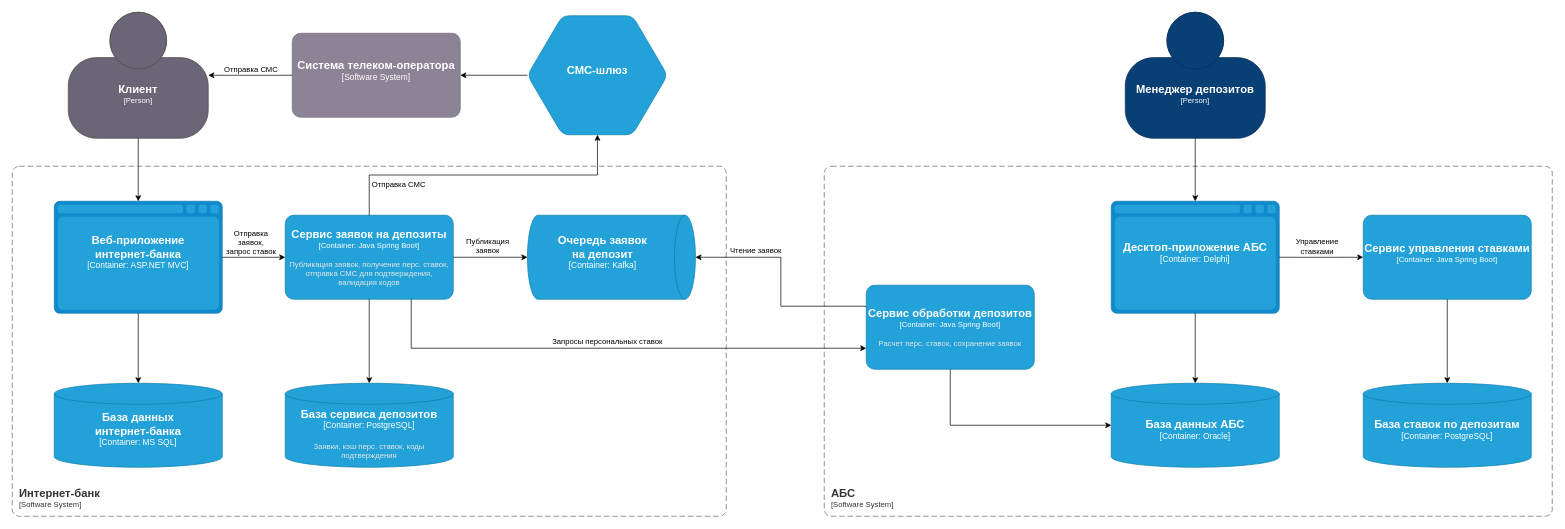
Above: page "containers-3" (4 of 6) of diagrams.drawio in kmaslov/architecture-standart (draw.io), before the change. Source tidied: cells renumbered, new cells numbered last; positions are measured from the earlier drawing's top-left corner, leaving out a move shared by most shapes. Both pictures are drawn from the tidied source at 70%, with x=0, y=0 at pixel (12, 12).
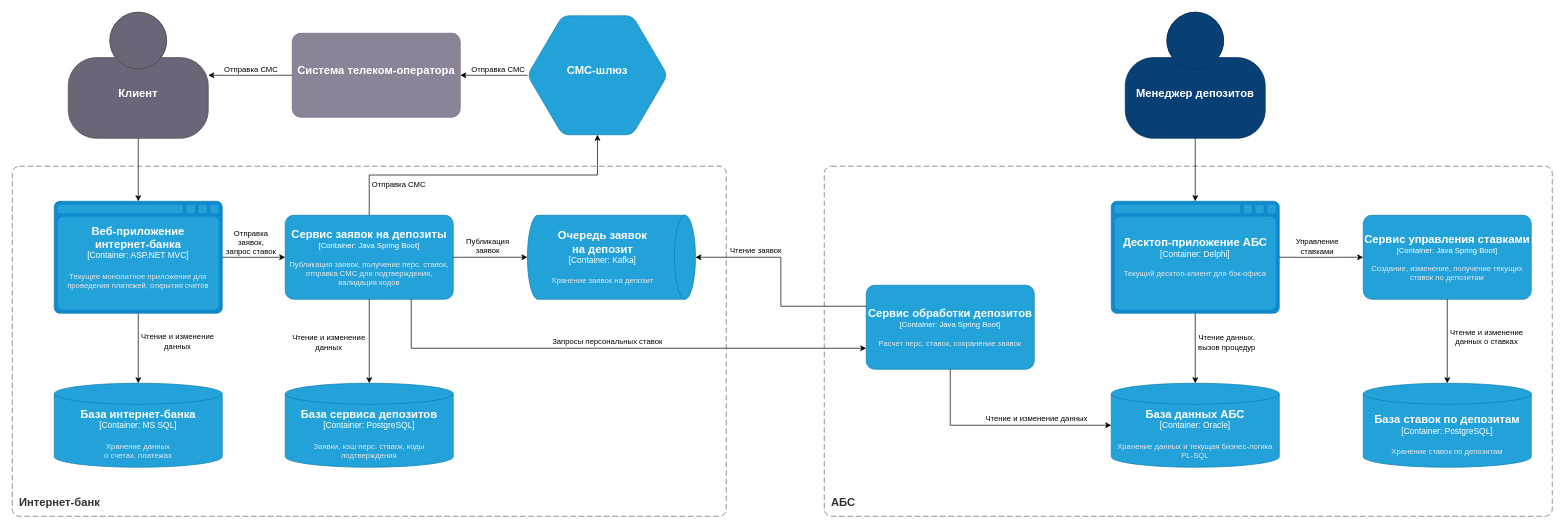
After the change.

The change refers to these unchanged cells:
```xml
<mxCell id="6" style="edgeStyle=orthogonalEdgeStyle;rounded=0;jettySize=auto;html=1;entryX=0.5;entryY=0;entryDx=0;entryDy=0;entryPerimeter=0;" parent="1" edge="1" source="2" target="4">
  <mxGeometry relative="1" as="geometry" />
</mxCell>
<mxCell id="14" style="edgeStyle=orthogonalEdgeStyle;rounded=0;jettySize=auto;html=1;entryX=0.5;entryY=0;entryDx=0;entryDy=0;entryPerimeter=0;" parent="1" edge="1" source="13" target="10">
  <mxGeometry relative="1" as="geometry" />
</mxCell>
<mxCell id="19" style="edgeStyle=orthogonalEdgeStyle;rounded=0;jettySize=auto;html=1;entryX=0;entryY=0.5;entryDx=0;entryDy=0;entryPerimeter=0;exitX=0.5;exitY=1;exitDx=0;exitDy=0;exitPerimeter=0;" parent="1" edge="1" source="9" target="10">
  <mxGeometry relative="1" as="geometry" />
</mxCell>
<mxCell id="38" style="edgeStyle=orthogonalEdgeStyle;rounded=0;jettySize=auto;html=1;exitX=0.5;exitY=1;exitDx=0;exitDy=0;exitPerimeter=0;entryX=0.5;entryY=0;entryDx=0;entryDy=0;entryPerimeter=0;" parent="1" edge="1" source="34" target="37">
  <mxGeometry relative="1" as="geometry" />
</mxCell>
<mxCell id="39" style="edgeStyle=orthogonalEdgeStyle;rounded=0;jettySize=auto;html=1;exitX=0;exitY=0.5;exitDx=0;exitDy=0;exitPerimeter=0;entryX=1;entryY=0.5;entryDx=0;entryDy=0;entryPerimeter=0;" parent="1" edge="1" source="33" target="28">
  <mxGeometry relative="1" as="geometry" />
</mxCell>
```

The edit, as a diff of the source:
```diff
@@
-    <object id="2" label="&lt;font style=&quot;font-size: 16px&quot;&gt;&lt;b&gt;%c4Name%&lt;/b&gt;&lt;/font&gt;&lt;div&gt;[%c4Type%:&amp;nbsp;%c4Technology%]&lt;/div&gt;&lt;br&gt;&lt;div&gt;&lt;font style=&quot;font-size: 11px&quot;&gt;&lt;font color=&quot;#E6E6E6&quot;&gt;%c4Description%&lt;/font&gt;&lt;/div&gt;" c4Description="" c4Name="Веб-приложение&lt;br&gt;интернет-банка" c4Technology="ASP.NET MVC" c4Type="Container" placeholders="1">
+    <object id="2" label="&lt;font style=&quot;font-size: 16px&quot;&gt;&lt;b&gt;%c4Name%&lt;/b&gt;&lt;/font&gt;&lt;div&gt;[%c4Type%:&amp;nbsp;%c4Technology%]&lt;/div&gt;&lt;br&gt;&lt;div&gt;&lt;font style=&quot;font-size: 11px&quot;&gt;&lt;font color=&quot;#E6E6E6&quot;&gt;%c4Description%&lt;/font&gt;&lt;/div&gt;" c4Description="Текущее монолитное приложение для проведения платежей, открытия счетов" c4Name="Веб-приложение&lt;br&gt;интернет-банка" c4Technology="ASP.NET MVC" c4Type="Container" placeholders="1">
       <mxCell style="shape=mxgraph.c4.webBrowserContainer2;whiteSpace=wrap;html=1;boundedLbl=1;rounded=0;labelBackgroundColor=none;strokeColor=#118ACD;fillColor=#23A2D9;strokeColor=#118ACD;strokeColor2=#0E7DAD;fontSize=12;fontColor=#ffffff;align=center;points=[[0.5,0,0],[1,0.25,0],[1,0.5,0],[1,0.75,0],[0.5,1,0],[0,0.75,0],[0,0.5,0],[0,0.25,0]];" parent="1" vertex="1">
         <mxGeometry x="60" y="270" width="240" height="160" as="geometry" />
       </mxCell>
     </object>
-    <object id="3" label="&lt;font style=&quot;font-size: 16px&quot;&gt;&lt;b&gt;%c4Name%&lt;/b&gt;&lt;/font&gt;&lt;div&gt;[%c4Type%]&lt;/div&gt;&lt;br&gt;&lt;div&gt;&lt;font style=&quot;font-size: 11px&quot;&gt;&lt;font color=&quot;#cccccc&quot;&gt;%c4Description%&lt;/font&gt;&lt;/div&gt;" c4Description="" c4Name="Клиент" c4Type="Person" placeholders="1">
+    <object id="3" label="&lt;font style=&quot;font-size: 16px&quot;&gt;&lt;b&gt;%c4Name%&lt;/b&gt;&lt;/font&gt;&lt;div&gt;&lt;/div&gt;&lt;br&gt;&lt;div&gt;&lt;font style=&quot;font-size: 11px&quot;&gt;&lt;font color=&quot;#cccccc&quot;&gt;%c4Description%&lt;/font&gt;&lt;/div&gt;" c4Description="" c4Name="Клиент" placeholders="1">
       <mxCell style="html=1;fontSize=11;dashed=0;whiteSpace=wrap;fillColor=#6C6477;strokeColor=#4D4D4D;fontColor=#ffffff;shape=mxgraph.c4.person2;align=center;points=[[0.5,0,0],[1,0.5,0],[1,0.75,0],[0.75,1,0],[0.5,1,0],[0.25,1,0],[0,0.75,0],[0,0.5,0]];" parent="1" vertex="1">
         <mxGeometry x="80" width="200" height="180" as="geometry" />
       </mxCell>
     </object>
-    <object id="4" label="&lt;font style=&quot;font-size: 16px&quot;&gt;&lt;b&gt;%c4Name%&lt;/b&gt;&lt;/font&gt;&lt;div&gt;[%c4Type%:&amp;nbsp;%c4Technology%]&lt;/div&gt;&lt;br&gt;&lt;div&gt;&lt;font style=&quot;font-size: 11px&quot;&gt;&lt;font color=&quot;#E6E6E6&quot;&gt;%c4Description%&lt;/font&gt;&lt;/div&gt;" c4Description="" c4Name="База данных&lt;br&gt;интернет-банка" c4Technology="MS SQL" c4Type="Container" placeholders="1">
+    <object id="4" label="&lt;font style=&quot;font-size: 16px&quot;&gt;&lt;b&gt;%c4Name%&lt;/b&gt;&lt;/font&gt;&lt;div&gt;[%c4Type%:&amp;nbsp;%c4Technology%]&lt;/div&gt;&lt;br&gt;&lt;div&gt;&lt;font style=&quot;font-size: 11px&quot;&gt;&lt;font color=&quot;#E6E6E6&quot;&gt;%c4Description%&lt;/font&gt;&lt;/div&gt;" c4Description="Хранение данных&lt;br&gt;о счетах, платежах" c4Name="База интернет-банка" c4Technology="MS SQL" c4Type="Container" placeholders="1">
       <mxCell style="shape=cylinder3;size=15;whiteSpace=wrap;html=1;boundedLbl=1;rounded=0;labelBackgroundColor=none;fillColor=#23A2D9;fontSize=12;fontColor=#ffffff;align=center;strokeColor=#0E7DAD;points=[[0.5,0,0],[1,0.25,0],[1,0.5,0],[1,0.75,0],[0.5,1,0],[0,0.75,0],[0,0.5,0],[0,0.25,0]];" parent="1" vertex="1">
         <mxGeometry x="60" y="530" width="240" height="120" as="geometry" />
       </mxCell>
     </object>
@@
+    <mxCell id="40" value="Чтение и изменение&lt;br&gt;данных" style="edgeLabel;html=1;align=center;verticalAlign=middle;" parent="6" vertex="1">
+      <mxGeometry x="-0.18" y="2" relative="1" as="geometry">
+        <mxPoint x="53" y="-1" as="offset" />
+      </mxGeometry>
+    </mxCell>
@@
-    <object id="8" label="&lt;font style=&quot;font-size: 16px&quot;&gt;&lt;b&gt;%c4Name%&lt;/b&gt;&lt;/font&gt;&lt;div&gt;[%c4Type%:&amp;nbsp;%c4Technology%]&lt;/div&gt;&lt;br&gt;&lt;div&gt;&lt;font style=&quot;font-size: 11px&quot;&gt;&lt;font color=&quot;#E6E6E6&quot;&gt;%c4Description%&lt;/font&gt;&lt;/div&gt;" c4Description="" c4Name="Очередь заявок&lt;br&gt;на депозит" c4Technology="Kafka" c4Type="Container" placeholders="1">
+    <object id="8" label="&lt;font style=&quot;font-size: 16px&quot;&gt;&lt;b&gt;%c4Name%&lt;/b&gt;&lt;/font&gt;&lt;div&gt;[%c4Type%:&amp;nbsp;%c4Technology%]&lt;/div&gt;&lt;br&gt;&lt;div&gt;&lt;font style=&quot;font-size: 11px&quot;&gt;&lt;font color=&quot;#E6E6E6&quot;&gt;%c4Description%&lt;/font&gt;&lt;/div&gt;" c4Description="Хранение заявок на депозит" c4Name="Очередь заявок&lt;br&gt;на депозит" c4Technology="Kafka" c4Type="Container" placeholders="1">
       <mxCell style="shape=cylinder3;size=15;direction=south;whiteSpace=wrap;html=1;boundedLbl=1;rounded=0;labelBackgroundColor=none;fillColor=#23A2D9;fontSize=12;fontColor=#ffffff;align=center;strokeColor=#0E7DAD;points=[[0.5,0,0],[1,0.25,0],[1,0.5,0],[1,0.75,0],[0.5,1,0],[0,0.75,0],[0,0.5,0],[0,0.25,0]];" parent="1" vertex="1">
         <mxGeometry x="736" y="290" width="240" height="120" as="geometry" />
       </mxCell>
     </object>
@@
-    <object id="10" label="&lt;font style=&quot;font-size: 16px&quot;&gt;&lt;b&gt;%c4Name%&lt;/b&gt;&lt;/font&gt;&lt;div&gt;[%c4Type%:&amp;nbsp;%c4Technology%]&lt;/div&gt;&lt;br&gt;&lt;div&gt;&lt;font style=&quot;font-size: 11px&quot;&gt;&lt;font color=&quot;#E6E6E6&quot;&gt;%c4Description%&lt;/font&gt;&lt;/div&gt;" c4Description="" c4Name="База данных АБС" c4Technology="Oracle" c4Type="Container" placeholders="1">
+    <object id="10" label="&lt;font style=&quot;font-size: 16px&quot;&gt;&lt;b&gt;%c4Name%&lt;/b&gt;&lt;/font&gt;&lt;div&gt;[%c4Type%:&amp;nbsp;%c4Technology%]&lt;/div&gt;&lt;br&gt;&lt;div&gt;&lt;font style=&quot;font-size: 11px&quot;&gt;&lt;font color=&quot;#E6E6E6&quot;&gt;%c4Description%&lt;/font&gt;&lt;/div&gt;" c4Description="Хранение данных и текущая бизнес-логика PL-SQL" c4Name="База данных АБС" c4Technology="Oracle" c4Type="Container" placeholders="1">
       <mxCell style="shape=cylinder3;size=15;whiteSpace=wrap;html=1;boundedLbl=1;rounded=0;labelBackgroundColor=none;fillColor=#23A2D9;fontSize=12;fontColor=#ffffff;align=center;strokeColor=#0E7DAD;points=[[0.5,0,0],[1,0.25,0],[1,0.5,0],[1,0.75,0],[0.5,1,0],[0,0.75,0],[0,0.5,0],[0,0.25,0]];" parent="1" vertex="1">
         <mxGeometry x="1570" y="530" width="240" height="120" as="geometry" />
       </mxCell>
     </object>
-    <object id="11" label="&lt;font style=&quot;font-size: 16px&quot;&gt;&lt;b&gt;&lt;div style=&quot;text-align: left&quot;&gt;%c4Name%&lt;/div&gt;&lt;/b&gt;&lt;/font&gt;&lt;div style=&quot;text-align: left&quot;&gt;[%c4Application%]&lt;/div&gt;" c4Application="Software System" c4Name="Интернет-банк" placeholders="1">
+    <object id="11" label="&lt;font style=&quot;font-size: 16px&quot;&gt;&lt;b&gt;&lt;div style=&quot;text-align: left&quot;&gt;%c4Name%&lt;/div&gt;&lt;/b&gt;&lt;/font&gt;&lt;div style=&quot;text-align: left&quot;&gt;&lt;/div&gt;" c4Name="Интернет-банк" placeholders="1">
       <mxCell style="rounded=1;fontSize=11;whiteSpace=wrap;html=1;dashed=1;arcSize=20;fillColor=none;strokeColor=#666666;fontColor=#333333;labelBackgroundColor=none;align=left;verticalAlign=bottom;labelBorderColor=none;spacingTop=0;spacing=10;dashPattern=8 4;perimeter=rectanglePerimeter;noLabel=0;labelPadding=0;absoluteArcSize=1;" parent="1" vertex="1">
         <mxGeometry y="220" width="1020" height="500" as="geometry" />
       </mxCell>
     </object>
-    <object id="12" label="&lt;font style=&quot;font-size: 16px&quot;&gt;&lt;b&gt;&lt;div style=&quot;text-align: left&quot;&gt;%c4Name%&lt;/div&gt;&lt;/b&gt;&lt;/font&gt;&lt;div style=&quot;text-align: left&quot;&gt;[%c4Application%]&lt;/div&gt;" c4Application="Software System" c4Name="АБС" placeholders="1">
+    <object id="12" label="&lt;font style=&quot;font-size: 16px&quot;&gt;&lt;b&gt;&lt;div style=&quot;text-align: left&quot;&gt;%c4Name%&lt;/div&gt;&lt;/b&gt;&lt;/font&gt;&lt;div style=&quot;text-align: left&quot;&gt;&lt;/div&gt;" c4Name="АБС" placeholders="1">
       <mxCell style="rounded=1;fontSize=11;whiteSpace=wrap;html=1;dashed=1;arcSize=20;fillColor=none;strokeColor=#666666;fontColor=#333333;labelBackgroundColor=none;align=left;verticalAlign=bottom;labelBorderColor=none;spacingTop=0;spacing=10;dashPattern=8 4;perimeter=rectanglePerimeter;noLabel=0;labelPadding=0;absoluteArcSize=1;" parent="1" vertex="1">
         <mxGeometry x="1160" y="220" width="1040" height="500" as="geometry" />
       </mxCell>
     </object>
-    <object id="13" label="&lt;font style=&quot;font-size: 16px&quot;&gt;&lt;b&gt;%c4Name%&lt;/b&gt;&lt;/font&gt;&lt;div&gt;[%c4Type%:&amp;nbsp;%c4Technology%]&lt;/div&gt;&lt;br&gt;&lt;div&gt;&lt;font style=&quot;font-size: 11px&quot;&gt;&lt;font color=&quot;#E6E6E6&quot;&gt;%c4Description%&lt;/font&gt;&lt;/div&gt;" c4Description="" c4Name="Десктоп-приложение АБС" c4Technology="Delphi" c4Type="Container" placeholders="1">
+    <object id="13" label="&lt;font style=&quot;font-size: 16px&quot;&gt;&lt;b&gt;%c4Name%&lt;/b&gt;&lt;/font&gt;&lt;div&gt;[%c4Type%:&amp;nbsp;%c4Technology%]&lt;/div&gt;&lt;br&gt;&lt;div&gt;&lt;font style=&quot;font-size: 11px&quot;&gt;&lt;font color=&quot;#E6E6E6&quot;&gt;%c4Description%&lt;/font&gt;&lt;/div&gt;" c4Description="Текущий десктоп-клиент для бэк-офиса" c4Name="Десктоп-приложение АБС" c4Technology="Delphi" c4Type="Container" placeholders="1">
       <mxCell style="shape=mxgraph.c4.webBrowserContainer2;whiteSpace=wrap;html=1;boundedLbl=1;rounded=0;labelBackgroundColor=none;strokeColor=#118ACD;fillColor=#23A2D9;strokeColor=#118ACD;strokeColor2=#0E7DAD;fontSize=12;fontColor=#ffffff;align=center;points=[[0.5,0,0],[1,0.25,0],[1,0.5,0],[1,0.75,0],[0.5,1,0],[0,0.75,0],[0,0.5,0],[0,0.25,0]];" parent="1" vertex="1">
         <mxGeometry x="1570" y="270" width="240" height="160" as="geometry" />
       </mxCell>
     </object>
@@
+    <mxCell id="41" value="Чтение данных,&lt;br&gt;вызов процедур" style="edgeLabel;html=1;align=center;verticalAlign=middle;" parent="14" vertex="1">
+      <mxGeometry x="-0.18" y="2" relative="1" as="geometry">
+        <mxPoint x="42" as="offset" />
+      </mxGeometry>
+    </mxCell>
@@
+    <mxCell id="42" value="Чтение и изменение данных" style="edgeLabel;html=1;align=center;verticalAlign=middle;" parent="19" vertex="1">
+      <mxGeometry x="0.3" y="1" relative="1" as="geometry">
+        <mxPoint y="-9" as="offset" />
+      </mxGeometry>
+    </mxCell>
-    <object id="20" label="&lt;font style=&quot;font-size: 16px&quot;&gt;&lt;b&gt;%c4Name%&lt;/b&gt;&lt;/font&gt;&lt;div&gt;[%c4Type%]&lt;/div&gt;&lt;br&gt;&lt;div&gt;&lt;font style=&quot;font-size: 11px&quot;&gt;&lt;font color=&quot;#cccccc&quot;&gt;%c4Description%&lt;/font&gt;&lt;/div&gt;" c4Description="" c4Name="Менеджер депозитов" c4Type="Person" placeholders="1">
+    <object id="20" label="&lt;font style=&quot;font-size: 16px&quot;&gt;&lt;b&gt;%c4Name%&lt;/b&gt;&lt;/font&gt;&lt;div&gt;&lt;/div&gt;&lt;br&gt;&lt;div&gt;&lt;font style=&quot;font-size: 11px&quot;&gt;&lt;font color=&quot;#cccccc&quot;&gt;%c4Description%&lt;/font&gt;&lt;/div&gt;" c4Description="" c4Name="Менеджер депозитов" placeholders="1">
       <mxCell style="html=1;fontSize=11;dashed=0;whiteSpace=wrap;fillColor=#083F75;strokeColor=#06315C;fontColor=#ffffff;shape=mxgraph.c4.person2;align=center;points=[[0.5,0,0],[1,0.5,0],[1,0.75,0],[0.75,1,0],[0.5,1,0],[0.25,1,0],[0,0.75,0],[0,0.5,0]];" parent="1" vertex="1">
         <mxGeometry x="1590" width="200" height="180" as="geometry" />
       </mxCell>
     </object>
@@
-    <object id="28" label="&lt;font style=&quot;font-size: 16px&quot;&gt;&lt;b&gt;%c4Name%&lt;/b&gt;&lt;/font&gt;&lt;div&gt;[%c4Type%]&lt;/div&gt;&lt;br&gt;&lt;div&gt;&lt;font style=&quot;font-size: 11px&quot;&gt;&lt;font color=&quot;#cccccc&quot;&gt;%c4Description%&lt;/font&gt;&lt;/div&gt;" c4Description="" c4Name="Система телеком-оператора" c4Type="Software System" placeholders="1">
+    <object id="28" label="&lt;font style=&quot;font-size: 16px&quot;&gt;&lt;b&gt;%c4Name%&lt;/b&gt;&lt;/font&gt;&lt;div&gt;&lt;/div&gt;&lt;br&gt;&lt;div&gt;&lt;font style=&quot;font-size: 11px&quot;&gt;&lt;font color=&quot;#cccccc&quot;&gt;%c4Description%&lt;/font&gt;&lt;/div&gt;" c4Description="" c4Name="Система телеком-оператора" placeholders="1">
       <mxCell style="rounded=1;whiteSpace=wrap;html=1;labelBackgroundColor=none;fillColor=#8C8496;fontColor=#ffffff;align=center;arcSize=10;strokeColor=#736782;points=[[0.25,0,0],[0.5,0,0],[0.75,0,0],[1,0.25,0],[1,0.5,0],[1,0.75,0],[0.75,1,0],[0.5,1,0],[0.25,1,0],[0,0.75,0],[0,0.5,0],[0,0.25,0]];" parent="1" vertex="1">
         <mxGeometry x="400" y="30" width="240" height="120" as="geometry" />
       </mxCell>
     </object>
@@
-    <object id="34" label="&lt;font style=&quot;font-size: 16px&quot;&gt;&lt;b&gt;%c4Name%&lt;/b&gt;&lt;/font&gt;&lt;div&gt;[%c4Type%: %c4Technology%]&lt;/div&gt;&lt;br&gt;&lt;div&gt;&lt;font style=&quot;font-size: 11px&quot;&gt;&lt;font color=&quot;#E6E6E6&quot;&gt;%c4Description%&lt;/font&gt;&lt;/div&gt;" c4Description="" c4Name="Сервис управления ставками" c4Technology="Java Spring Boot" c4Type="Container" placeholders="1">
+    <object id="34" label="&lt;font style=&quot;font-size: 16px&quot;&gt;&lt;b&gt;%c4Name%&lt;/b&gt;&lt;/font&gt;&lt;div&gt;[%c4Type%: %c4Technology%]&lt;/div&gt;&lt;br&gt;&lt;div&gt;&lt;font style=&quot;font-size: 11px&quot;&gt;&lt;font color=&quot;#E6E6E6&quot;&gt;%c4Description%&lt;/font&gt;&lt;/div&gt;" c4Description="Создание, изменение, получение текущих ставок по депозитам" c4Name="Сервис управления ставками" c4Technology="Java Spring Boot" c4Type="Container" placeholders="1">
       <mxCell style="rounded=1;whiteSpace=wrap;html=1;fontSize=11;labelBackgroundColor=none;fillColor=#23A2D9;fontColor=#ffffff;align=center;arcSize=10;strokeColor=#0E7DAD;points=[[0.25,0,0],[0.5,0,0],[0.75,0,0],[1,0.25,0],[1,0.5,0],[1,0.75,0],[0.75,1,0],[0.5,1,0],[0.25,1,0],[0,0.75,0],[0,0.5,0],[0,0.25,0]];" parent="1" vertex="1">
         <mxGeometry x="1930" y="290" width="240" height="120" as="geometry" />
       </mxCell>
     </object>
@@
-    <object id="37" label="&lt;font style=&quot;font-size: 16px&quot;&gt;&lt;b&gt;%c4Name%&lt;/b&gt;&lt;/font&gt;&lt;div&gt;[%c4Type%:&amp;nbsp;%c4Technology%]&lt;/div&gt;&lt;br&gt;&lt;div&gt;&lt;font style=&quot;font-size: 11px&quot;&gt;&lt;font color=&quot;#E6E6E6&quot;&gt;%c4Description%&lt;/font&gt;&lt;/div&gt;" c4Description="" c4Name="База ставок по депозитам" c4Technology="PostgreSQL" c4Type="Container" placeholders="1">
+    <object id="37" label="&lt;font style=&quot;font-size: 16px&quot;&gt;&lt;b&gt;%c4Name%&lt;/b&gt;&lt;/font&gt;&lt;div&gt;[%c4Type%:&amp;nbsp;%c4Technology%]&lt;/div&gt;&lt;br&gt;&lt;div&gt;&lt;font style=&quot;font-size: 11px&quot;&gt;&lt;font color=&quot;#E6E6E6&quot;&gt;%c4Description%&lt;/font&gt;&lt;/div&gt;" c4Description="Хранение ставок по депозитам" c4Name="База ставок по депозитам" c4Technology="PostgreSQL" c4Type="Container" placeholders="1">
       <mxCell style="shape=cylinder3;size=15;whiteSpace=wrap;html=1;boundedLbl=1;rounded=0;labelBackgroundColor=none;fillColor=#23A2D9;fontSize=12;fontColor=#ffffff;align=center;strokeColor=#0E7DAD;points=[[0.5,0,0],[1,0.25,0],[1,0.5,0],[1,0.75,0],[0.5,1,0],[0,0.75,0],[0,0.5,0],[0,0.25,0]];" parent="1" vertex="1">
         <mxGeometry x="1930" y="530" width="240" height="120" as="geometry" />
       </mxCell>
     </object>
@@
+    <mxCell id="43" value="Чтение и изменение&lt;br&gt;данных о ставках" style="edgeLabel;html=1;align=center;verticalAlign=middle;" parent="38" vertex="1">
+      <mxGeometry x="-0.08" relative="1" as="geometry">
+        <mxPoint x="55" y="-2" as="offset" />
+      </mxGeometry>
+    </mxCell>
@@
+    <mxCell id="44" value="Отправка СМС" style="edgeLabel;html=1;align=center;verticalAlign=middle;" parent="39" vertex="1">
+      <mxGeometry x="-0.31" y="1" relative="1" as="geometry">
+        <mxPoint x="-10" y="-10" as="offset" />
+      </mxGeometry>
+    </mxCell>
+    <mxCell id="45" value="Чтение и изменение&lt;br&gt;данных" style="edgeLabel;html=1;align=center;verticalAlign=middle;" parent="1" vertex="1">
+      <mxGeometry x="550" y="463" as="geometry">
+        <mxPoint x="-99" y="8" as="offset" />
+      </mxGeometry>
+    </mxCell>
```
